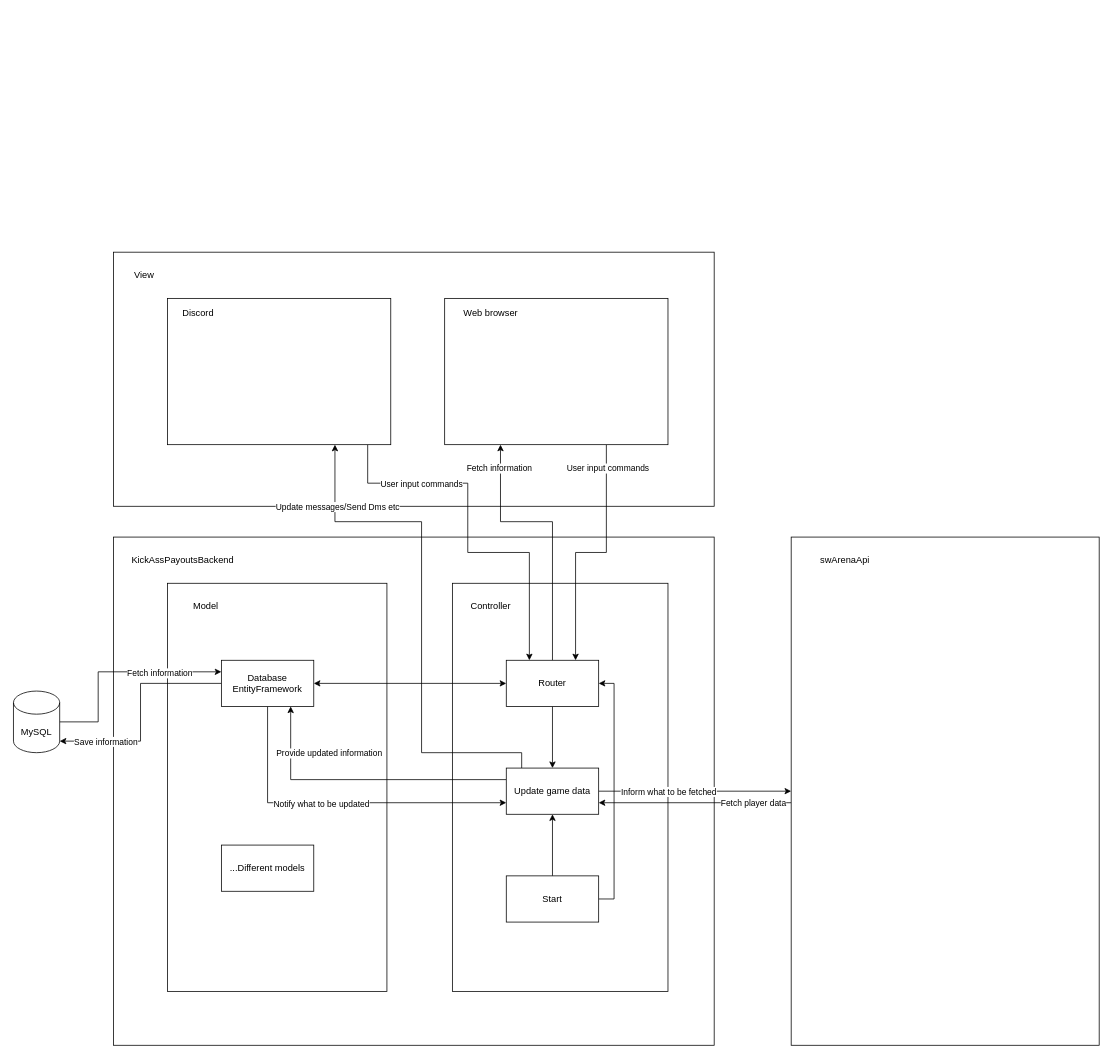
Before: low-level-server-side-data-flow.drawio in LNU-Developer/1DV612-Short-System-Design-Report, a draw.io diagram. Source tidied: cells renumbered, new cells numbered last; positions are measured from the earlier drawing's top-left corner, leaving out a move shared by most shapes. Both pictures are drawn from the tidied source at 77%, with x=0, y=0 at pixel (13, 252).
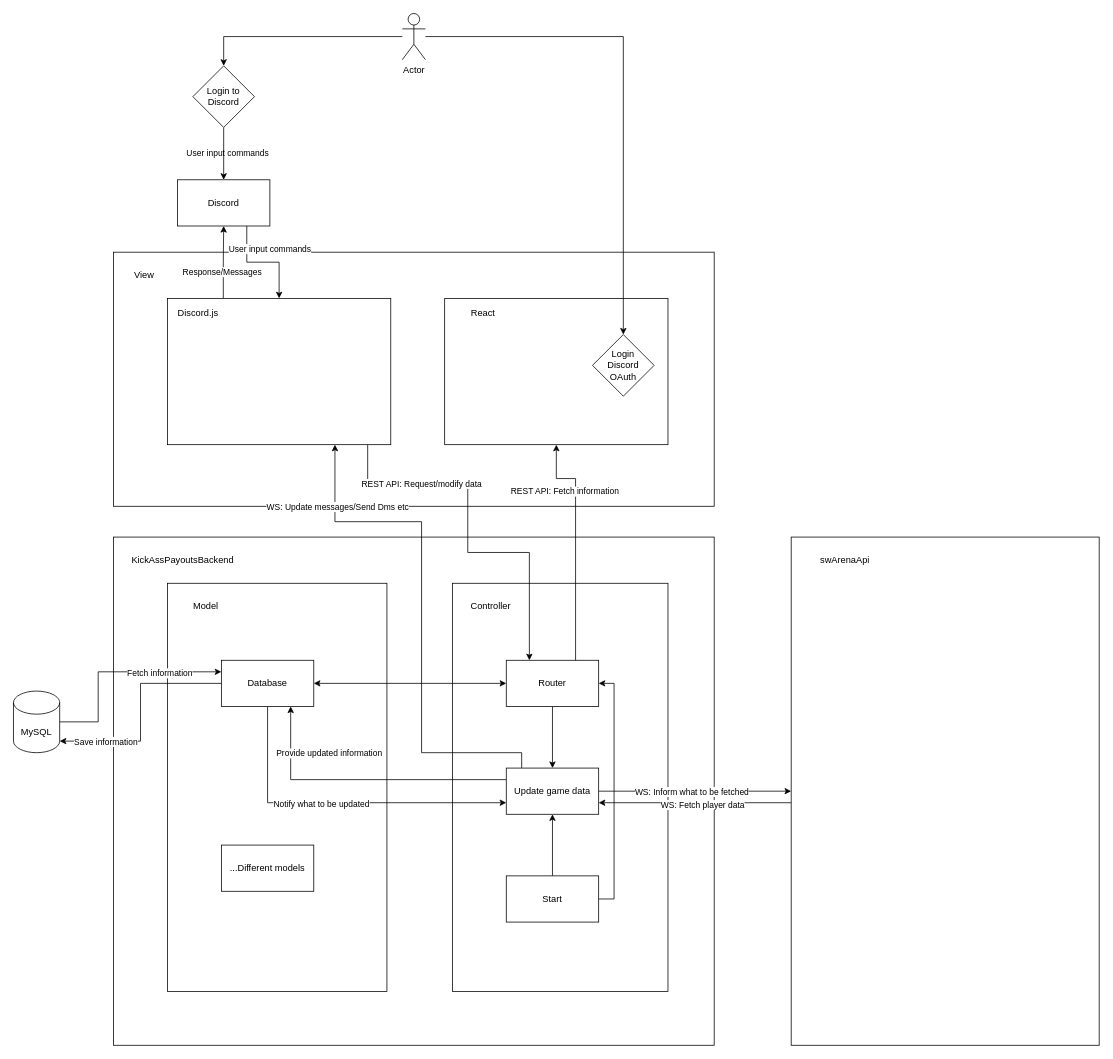
The same page after the edit.

The change refers to these unchanged cells:
```xml
<mxCell id="12" value="Router" style="rounded=0;whiteSpace=wrap;html=1;" parent="1" vertex="1">
  <mxGeometry x="640" y="530" width="120" height="60" as="geometry" />
</mxCell>
<mxCell id="27" style="edgeStyle=orthogonalEdgeStyle;rounded=0;jettySize=auto;html=1;entryX=0;entryY=0.5;entryDx=0;entryDy=0;" parent="1" edge="1" source="31" target="34">
  <mxGeometry relative="1" as="geometry" />
</mxCell>
<mxCell id="29" style="edgeStyle=orthogonalEdgeStyle;rounded=0;jettySize=auto;html=1;entryX=0.75;entryY=1;entryDx=0;entryDy=0;" parent="1" edge="1" source="31" target="39">
  <mxGeometry relative="1" as="geometry">
    <Array as="points">
      <mxPoint x="660" y="650" />
      <mxPoint x="530" y="650" />
      <mxPoint x="530" y="350" />
      <mxPoint x="418" y="350" />
    </Array>
  </mxGeometry>
</mxCell>
<mxCell id="32" style="edgeStyle=orthogonalEdgeStyle;rounded=0;jettySize=auto;html=1;entryX=1;entryY=0.75;entryDx=0;entryDy=0;" parent="1" edge="1" source="34" target="31">
  <mxGeometry relative="1" as="geometry">
    <Array as="points">
      <mxPoint x="950" y="715" />
      <mxPoint x="950" y="715" />
    </Array>
  </mxGeometry>
</mxCell>
<mxCell id="37" style="edgeStyle=orthogonalEdgeStyle;rounded=0;jettySize=auto;html=1;entryX=0.25;entryY=0;entryDx=0;entryDy=0;" parent="1" edge="1" source="39" target="12">
  <mxGeometry relative="1" as="geometry">
    <Array as="points">
      <mxPoint x="460" y="300" />
      <mxPoint x="590" y="300" />
      <mxPoint x="590" y="390" />
      <mxPoint x="670" y="390" />
    </Array>
  </mxGeometry>
</mxCell>
<mxCell id="39" style="rounded=0;whiteSpace=wrap;html=1;" parent="1" vertex="1">
  <mxGeometry x="200" y="60" width="290" height="190" as="geometry" />
</mxCell>
<mxCell id="42" style="rounded=0;whiteSpace=wrap;html=1;" parent="1" vertex="1">
  <mxGeometry x="560" y="60" width="290" height="190" as="geometry" />
</mxCell>
```

Change to the diagram source:
```diff
@@
-    <mxCell id="10" style="edgeStyle=orthogonalEdgeStyle;rounded=0;jettySize=auto;html=1;entryX=0.25;entryY=1;entryDx=0;entryDy=0;" parent="1" edge="1" target="42">
-      <mxGeometry relative="1" as="geometry">
-        <mxPoint x="700" y="530" as="sourcePoint" />
-        <Array as="points">
-          <mxPoint x="700" y="350" />
-          <mxPoint x="633" y="350" />
-        </Array>
-      </mxGeometry>
-    </mxCell>
-    <mxCell id="11" value="Fetch information" style="edgeLabel;html=1;align=center;verticalAlign=middle;" parent="10" vertex="1">
-      <mxGeometry x="0.81" y="-1" relative="1" as="geometry">
-        <mxPoint x="-3.5" y="-3.5" as="offset" />
-      </mxGeometry>
-    </mxCell>
@@
-    <mxCell id="21" value="Database&lt;br&gt;EntityFramework" style="rounded=0;whiteSpace=wrap;html=1;" parent="1" vertex="1">
+    <mxCell id="21" value="Database" style="rounded=0;whiteSpace=wrap;html=1;" parent="1" vertex="1">
       <mxGeometry x="270" y="530" width="120" height="60" as="geometry" />
     </mxCell>
@@
-    <mxCell id="28" value="Inform what to be fetched" style="edgeLabel;html=1;align=center;verticalAlign=middle;" parent="27" vertex="1">
+    <mxCell id="28" value="WS: Inform what to be fetched" style="edgeLabel;html=1;align=center;verticalAlign=middle;" parent="27" vertex="1">
       <mxGeometry x="0.2" y="3" relative="1" as="geometry">
-        <mxPoint x="-60" y="3" as="offset" />
+        <mxPoint x="-30" y="3" as="offset" />
       </mxGeometry>
     </mxCell>
@@
-    <mxCell id="30" value="Update messages/Send Dms etc" style="edgeLabel;html=1;align=center;verticalAlign=middle;" parent="29" vertex="1">
+    <mxCell id="30" value="WS: Update messages/Send Dms etc" style="edgeLabel;html=1;align=center;verticalAlign=middle;" parent="29" vertex="1">
       <mxGeometry x="0.59" y="-1" relative="1" as="geometry">
         <mxPoint x="-33" y="-19" as="offset" />
       </mxGeometry>
     </mxCell>
@@
-    <mxCell id="33" value="Fetch player data" style="edgeLabel;html=1;align=center;verticalAlign=middle;" parent="32" vertex="1">
+    <mxCell id="33" value="WS: Fetch player data" style="edgeLabel;html=1;align=center;verticalAlign=middle;" parent="32" vertex="1">
       <mxGeometry x="-0.31" relative="1" as="geometry">
-        <mxPoint x="36" as="offset" />
+        <mxPoint x="-30" y="2" as="offset" />
       </mxGeometry>
     </mxCell>
@@
-    <mxCell id="38" value="User input commands" style="edgeLabel;html=1;align=center;verticalAlign=middle;" parent="37" vertex="1">
+    <mxCell id="38" value="REST API: Request/modify data" style="edgeLabel;html=1;align=center;verticalAlign=middle;" parent="37" vertex="1">
       <mxGeometry x="-0.59" relative="1" as="geometry">
         <mxPoint x="19" as="offset" />
       </mxGeometry>
     </mxCell>
+    <mxCell id="46" style="edgeStyle=orthogonalEdgeStyle;rounded=0;jettySize=auto;html=1;exitX=0.25;exitY=0;exitDx=0;exitDy=0;entryX=0.5;entryY=1;entryDx=0;entryDy=0;" parent="1" edge="1" source="39" target="57">
+      <mxGeometry relative="1" as="geometry" />
+    </mxCell>
+    <mxCell id="47" value="Response/Messages" style="edgeLabel;html=1;align=center;verticalAlign=middle;" parent="46" vertex="1">
+      <mxGeometry x="-0.72" relative="1" as="geometry">
+        <mxPoint x="-2.5" y="-21.1" as="offset" />
+      </mxGeometry>
+    </mxCell>
@@
-    <mxCell id="40" style="edgeStyle=orthogonalEdgeStyle;rounded=0;jettySize=auto;html=1;entryX=0.75;entryY=0;entryDx=0;entryDy=0;" parent="1" edge="1" source="42" target="12">
-      <mxGeometry relative="1" as="geometry">
-        <Array as="points">
-          <mxPoint x="770" y="390" />
-          <mxPoint x="730" y="390" />
-        </Array>
-      </mxGeometry>
-    </mxCell>
-    <mxCell id="41" value="User input commands" style="edgeLabel;html=1;align=center;verticalAlign=middle;" parent="40" vertex="1">
-      <mxGeometry x="-0.81" y="1" relative="1" as="geometry" />
-    </mxCell>
@@
-    <mxCell id="44" value="Discord" style="text;html=1;strokeColor=none;fillColor=none;align=center;verticalAlign=middle;whiteSpace=wrap;rounded=0;" parent="1" vertex="1">
+    <mxCell id="44" value="Discord.js" style="text;html=1;strokeColor=none;fillColor=none;align=center;verticalAlign=middle;whiteSpace=wrap;rounded=0;" parent="1" vertex="1">
       <mxGeometry x="220" y="70" width="40" height="20" as="geometry" />
     </mxCell>
-    <mxCell id="45" value="Web browser" style="text;html=1;strokeColor=none;fillColor=none;align=center;verticalAlign=middle;whiteSpace=wrap;rounded=0;" parent="1" vertex="1">
-      <mxGeometry x="580" y="70" width="80" height="20" as="geometry" />
+    <mxCell id="45" value="React" style="text;html=1;strokeColor=none;fillColor=none;align=center;verticalAlign=middle;whiteSpace=wrap;rounded=0;" parent="1" vertex="1">
+      <mxGeometry x="570" y="70" width="80" height="20" as="geometry" />
     </mxCell>
+    <mxCell id="48" style="edgeStyle=orthogonalEdgeStyle;rounded=0;jettySize=auto;html=1;entryX=0.5;entryY=0;entryDx=0;entryDy=0;" parent="1" edge="1" source="51" target="54">
+      <mxGeometry relative="1" as="geometry" />
+    </mxCell>
+    <mxCell id="49" value="User input commands" style="edgeLabel;html=1;align=center;verticalAlign=middle;" parent="48" vertex="1">
+      <mxGeometry x="-0.26" y="-4" relative="1" as="geometry">
+        <mxPoint x="-128" y="155.9" as="offset" />
+      </mxGeometry>
+    </mxCell>
+    <mxCell id="50" style="edgeStyle=orthogonalEdgeStyle;rounded=0;jettySize=auto;html=1;entryX=0.5;entryY=0;entryDx=0;entryDy=0;" parent="1" edge="1" source="51" target="52">
+      <mxGeometry relative="1" as="geometry" />
+    </mxCell>
+    <mxCell id="51" value="Actor" style="shape=umlActor;verticalLabelPosition=bottom;verticalAlign=top;html=1;outlineConnect=0;" parent="1" vertex="1">
+      <mxGeometry x="505" y="-310" width="30" height="60" as="geometry" />
+    </mxCell>
+    <mxCell id="52" value="Login&lt;br&gt;Discord OAuth" style="rhombus;whiteSpace=wrap;html=1;" parent="1" vertex="1">
+      <mxGeometry x="752" y="107" width="80" height="80" as="geometry" />
+    </mxCell>
+    <mxCell id="10" style="edgeStyle=orthogonalEdgeStyle;rounded=0;jettySize=auto;html=1;exitX=0.75;exitY=0;exitDx=0;exitDy=0;entryX=0.5;entryY=1;entryDx=0;entryDy=0;" parent="1" edge="1" source="12" target="42">
+      <mxGeometry relative="1" as="geometry">
+        <Array as="points">
+          <mxPoint x="730" y="294" />
+          <mxPoint x="705" y="294" />
+        </Array>
+      </mxGeometry>
+    </mxCell>
+    <mxCell id="11" value="REST API: Fetch information" style="edgeLabel;html=1;align=center;verticalAlign=middle;" parent="10" vertex="1">
+      <mxGeometry x="0.81" y="-1" relative="1" as="geometry">
+        <mxPoint x="9" y="31" as="offset" />
+      </mxGeometry>
+    </mxCell>
+    <mxCell id="53" style="edgeStyle=orthogonalEdgeStyle;rounded=0;jettySize=auto;html=1;entryX=0.5;entryY=0;entryDx=0;entryDy=0;" parent="1" edge="1" source="54" target="57">
+      <mxGeometry relative="1" as="geometry" />
+    </mxCell>
+    <mxCell id="54" value="Login to Discord" style="rhombus;whiteSpace=wrap;html=1;" parent="1" vertex="1">
+      <mxGeometry x="233" y="-242" width="80" height="80" as="geometry" />
+    </mxCell>
+    <mxCell id="55" style="edgeStyle=orthogonalEdgeStyle;rounded=0;jettySize=auto;html=1;exitX=0.75;exitY=1;exitDx=0;exitDy=0;entryX=0.5;entryY=0;entryDx=0;entryDy=0;" parent="1" edge="1" source="57" target="39">
+      <mxGeometry relative="1" as="geometry" />
+    </mxCell>
+    <mxCell id="56" value="User input commands" style="edgeLabel;html=1;align=center;verticalAlign=middle;" parent="55" vertex="1">
+      <mxGeometry x="0.4" y="2" relative="1" as="geometry">
+        <mxPoint x="-14.1" y="-23.3" as="offset" />
+      </mxGeometry>
+    </mxCell>
+    <mxCell id="57" value="Discord" style="rounded=0;whiteSpace=wrap;html=1;" parent="1" vertex="1">
+      <mxGeometry x="213" y="-94" width="120" height="60" as="geometry" />
+    </mxCell>
```
